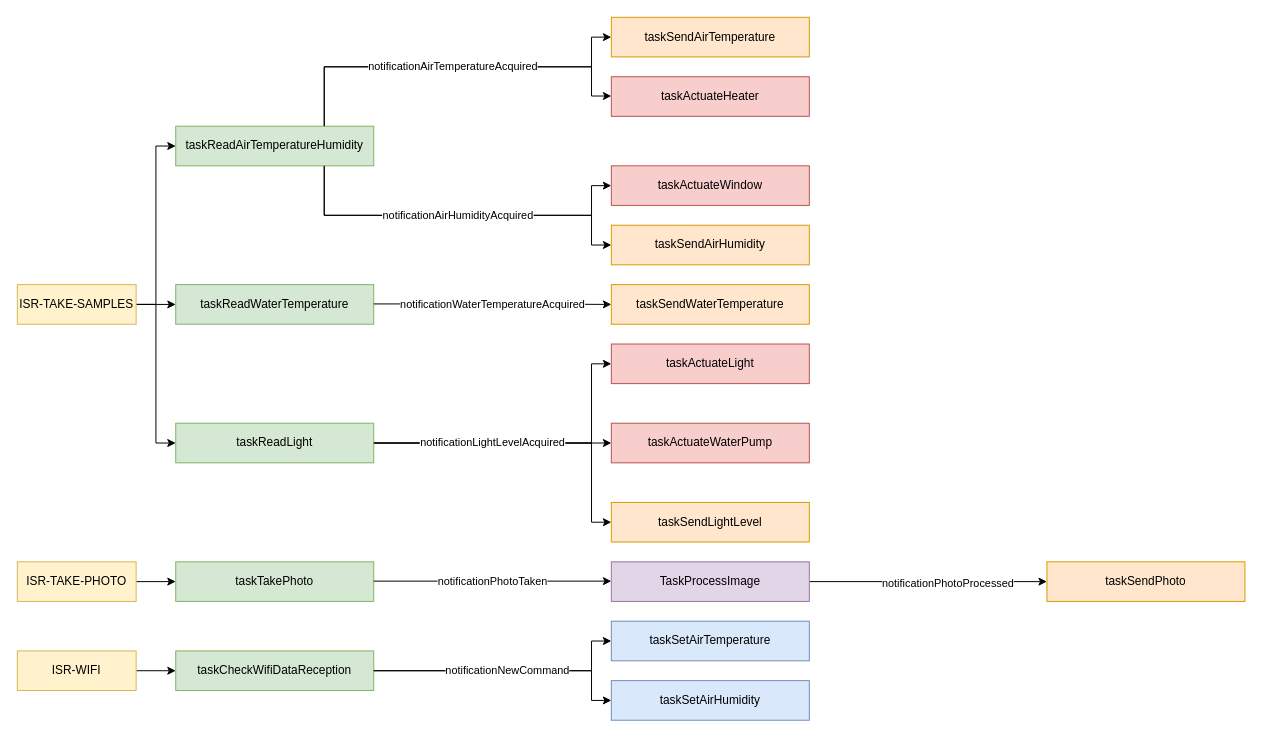
The draw.io diagram Diagrams/taskrelation.drawio in rafaelandrepedro/embebidos2122, before the edit. Source tidied: cells renumbered, new cells numbered last; positions are measured from the earlier drawing's top-left corner, leaving out a move shared by most shapes. Both pictures are drawn from the tidied source at 99%, with x=0, y=0 at pixel (17, 17).
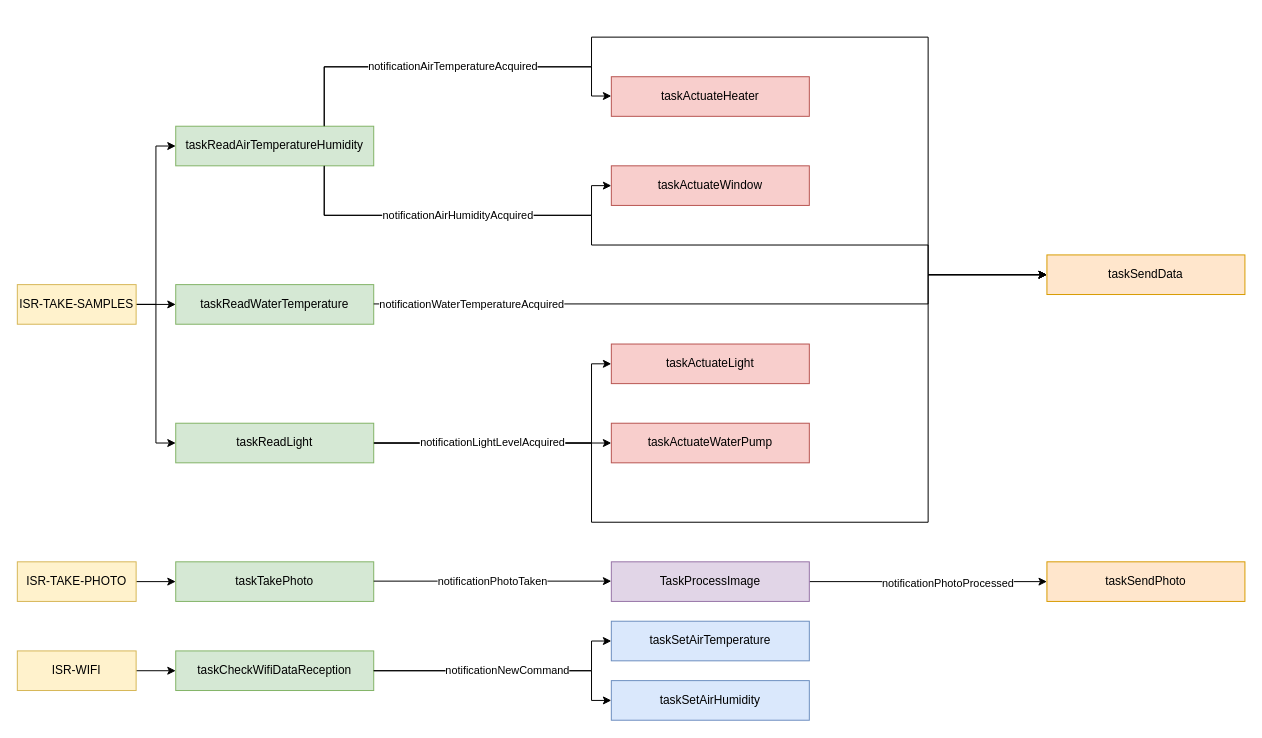
The same page after the edit.

The change refers to these unchanged cells:
```xml
<mxCell id="4" value="taskReadAirTemperatureHumidity" style="rounded=0;whiteSpace=wrap;html=1;fillColor=#d5e8d4;strokeColor=#82b366;" parent="1" vertex="1">
  <mxGeometry x="160" y="110" width="200" height="40" as="geometry" />
</mxCell>
<mxCell id="12" value="taskReadLight" style="rounded=0;whiteSpace=wrap;html=1;fillColor=#d5e8d4;strokeColor=#82b366;" parent="1" vertex="1">
  <mxGeometry x="160" y="410" width="200" height="40" as="geometry" />
</mxCell>
```

What changed in the source:
```diff
@@
-    <mxCell id="2" style="edgeStyle=orthogonalEdgeStyle;rounded=0;jettySize=auto;html=1;entryX=0;entryY=0.5;entryDx=0;entryDy=0;" parent="1" edge="1" source="4" target="21">
+    <mxCell id="2" style="edgeStyle=orthogonalEdgeStyle;rounded=0;jettySize=auto;html=1;entryX=0;entryY=0.5;entryDx=0;entryDy=0;" parent="1" edge="1" source="4" target="40">
       <mxGeometry relative="1" as="geometry">
         <Array as="points">
           <mxPoint x="310" y="50" />
           <mxPoint x="580" y="50" />
           <mxPoint x="580" y="20" />
+          <mxPoint x="920" y="20" />
+          <mxPoint x="920" y="260" />
         </Array>
       </mxGeometry>
     </mxCell>
-    <mxCell id="3" style="edgeStyle=orthogonalEdgeStyle;rounded=0;jettySize=auto;html=1;entryX=0;entryY=0.5;entryDx=0;entryDy=0;" parent="1" edge="1" source="4" target="22">
+    <mxCell id="3" style="edgeStyle=orthogonalEdgeStyle;rounded=0;jettySize=auto;html=1;entryX=0;entryY=0.5;entryDx=0;entryDy=0;" parent="1" edge="1" source="4" target="40">
       <mxGeometry relative="1" as="geometry">
         <Array as="points">
           <mxPoint x="310" y="200" />
           <mxPoint x="580" y="200" />
           <mxPoint x="580" y="230" />
+          <mxPoint x="920" y="230" />
+          <mxPoint x="920" y="260" />
         </Array>
       </mxGeometry>
     </mxCell>
@@
-    <mxCell id="11" style="edgeStyle=orthogonalEdgeStyle;rounded=0;jettySize=auto;html=1;entryX=0;entryY=0.5;entryDx=0;entryDy=0;" parent="1" edge="1" source="12" target="18">
+    <mxCell id="11" style="edgeStyle=orthogonalEdgeStyle;rounded=0;jettySize=auto;html=1;entryX=0;entryY=0.5;entryDx=0;entryDy=0;" parent="1" edge="1" source="12" target="40">
       <mxGeometry relative="1" as="geometry">
         <Array as="points">
           <mxPoint x="580" y="430" />
           <mxPoint x="580" y="510" />
+          <mxPoint x="920" y="510" />
+          <mxPoint x="920" y="260" />
         </Array>
       </mxGeometry>
     </mxCell>
@@
-    <mxCell id="17" value="taskSendWaterTemperature" style="rounded=0;whiteSpace=wrap;html=1;fillColor=#ffe6cc;strokeColor=#d79b00;" parent="1" vertex="1">
-      <mxGeometry x="600" y="270" width="200" height="40" as="geometry" />
-    </mxCell>
-    <mxCell id="18" value="taskSendLightLevel" style="rounded=0;whiteSpace=wrap;html=1;fillColor=#ffe6cc;strokeColor=#d79b00;" parent="1" vertex="1">
-      <mxGeometry x="600" y="490" width="200" height="40" as="geometry" />
-    </mxCell>
@@
-    <mxCell id="21" value="taskSendAirTemperature" style="rounded=0;whiteSpace=wrap;html=1;fillColor=#ffe6cc;strokeColor=#d79b00;" parent="1" vertex="1">
-      <mxGeometry x="600" width="200" height="40" as="geometry" />
-    </mxCell>
-    <mxCell id="22" value="taskSendAirHumidity" style="rounded=0;whiteSpace=wrap;html=1;fillColor=#ffe6cc;strokeColor=#d79b00;" parent="1" vertex="1">
-      <mxGeometry x="600" y="210" width="200" height="40" as="geometry" />
-    </mxCell>
@@
-    <mxCell id="30" value="notificationWaterTemperatureAcquired" style="edgeStyle=orthogonalEdgeStyle;rounded=0;orthogonalLoop=1;jettySize=auto;html=1;" parent="1" edge="1">
-      <mxGeometry relative="1" as="geometry">
+    <mxCell id="30" value="notificationWaterTemperatureAcquired" style="edgeStyle=orthogonalEdgeStyle;rounded=0;jettySize=auto;html=1;entryX=0;entryY=0.5;entryDx=0;entryDy=0;" parent="1" edge="1" target="40">
+      <mxGeometry x="-0.72" relative="1" as="geometry">
         <mxPoint x="360" y="289.5" as="sourcePoint" />
-        <mxPoint x="600" y="290" as="targetPoint" />
         <Array as="points">
-          <mxPoint x="470" y="289.5" />
-          <mxPoint x="470" y="289.5" />
+          <mxPoint x="920" y="290" />
+          <mxPoint x="920" y="260" />
         </Array>
       </mxGeometry>
     </mxCell>
@@
+    <mxCell id="40" value="taskSendData" style="rounded=0;whiteSpace=wrap;html=1;fillColor=#ffe6cc;strokeColor=#d79b00;" parent="1" vertex="1">
+      <mxGeometry x="1040" y="240" width="200" height="40" as="geometry" />
+    </mxCell>
```
